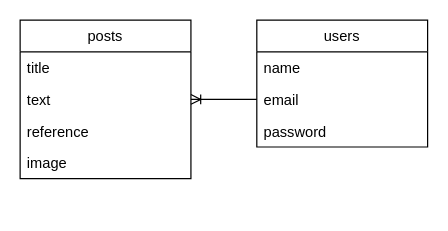
This is ER.dio from kurigaki/index-37191, a draw.io file, before an edit. Source tidied: cells renumbered, new cells numbered last; positions are measured from the earlier drawing's top-left corner, leaving out a move shared by most shapes. Both pictures are drawn from the tidied source at 122%, with x=0, y=0 at pixel (20, 20).
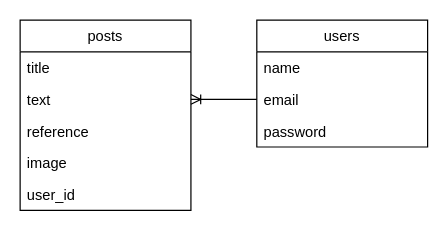
The same diagram, later.

Change to the diagram source:
```diff
@@
 <mxGraphModel>
   <root>
     <mxCell id="0" />
     <mxCell id="1" parent="0" />
     <mxCell id="2" value="posts" style="swimlane;fontStyle=0;horizontal=1;startSize=26;" parent="1" vertex="1">
-      <mxGeometry width="140" height="130" as="geometry" />
+      <mxGeometry width="140" height="156" as="geometry" />
     </mxCell>
     <mxCell id="3" value="title" style="text;strokeColor=none;fillColor=none;align=left;verticalAlign=top;spacingLeft=4;spacingRight=4;overflow=hidden;" parent="2" vertex="1">
       <mxGeometry y="26" width="140" height="26" as="geometry" />
     </mxCell>
     <mxCell id="4" value="text" style="text;strokeColor=none;fillColor=none;align=left;verticalAlign=top;spacingLeft=4;spacingRight=4;overflow=hidden;points=[[0,0.5],[1,0.5]];portConstraint=eastwest;" parent="2" vertex="1">
       <mxGeometry y="52" width="140" height="26" as="geometry" />
     </mxCell>
     <mxCell id="5" value="reference" style="text;strokeColor=none;fillColor=none;align=left;verticalAlign=top;spacingLeft=4;spacingRight=4;overflow=hidden;" parent="2" vertex="1">
       <mxGeometry y="78" width="140" height="26" as="geometry" />
     </mxCell>
     <mxCell id="6" value="image" style="text;strokeColor=none;fillColor=none;align=left;verticalAlign=top;spacingLeft=4;spacingRight=4;overflow=hidden;" parent="2" vertex="1">
       <mxGeometry y="104" width="140" height="26" as="geometry" />
     </mxCell>
+    <mxCell id="12" value="user_id" style="text;strokeColor=none;fillColor=none;align=left;verticalAlign=top;spacingLeft=4;spacingRight=4;overflow=hidden;" parent="2" vertex="1">
+      <mxGeometry y="130" width="140" height="26" as="geometry" />
+    </mxCell>
     <mxCell id="7" value="users" style="swimlane;fontStyle=0;horizontal=1;startSize=26;" parent="1" vertex="1">
       <mxGeometry x="194" width="140" height="104" as="geometry" />
     </mxCell>
     <mxCell id="8" value="name" style="text;strokeColor=none;fillColor=none;align=left;verticalAlign=top;spacingLeft=4;spacingRight=4;overflow=hidden;" parent="7" vertex="1">
       <mxGeometry y="26" width="140" height="26" as="geometry" />
     </mxCell>
     <mxCell id="9" value="email" style="text;strokeColor=none;fillColor=none;align=left;verticalAlign=top;spacingLeft=4;spacingRight=4;overflow=hidden;points=[[0,0.5],[1,0.5]];portConstraint=eastwest;" parent="7" vertex="1">
       <mxGeometry y="52" width="140" height="26" as="geometry" />
     </mxCell>
     <mxCell id="10" value="password" style="text;strokeColor=none;fillColor=none;align=left;verticalAlign=top;spacingLeft=4;spacingRight=4;overflow=hidden;" parent="7" vertex="1">
       <mxGeometry y="78" width="140" height="26" as="geometry" />
     </mxCell>
     <mxCell id="11" style="edgeStyle=entityRelationEdgeStyle;fontSize=12;html=1;endArrow=ERoneToMany;exitX=0;exitY=0.5;exitDx=0;exitDy=0;entryX=1;entryY=0.5;entryDx=0;entryDy=0;" parent="1" edge="1" source="9" target="4">
       <mxGeometry relative="1" as="geometry" />
     </mxCell>
   </root>
 </mxGraphModel>
```
